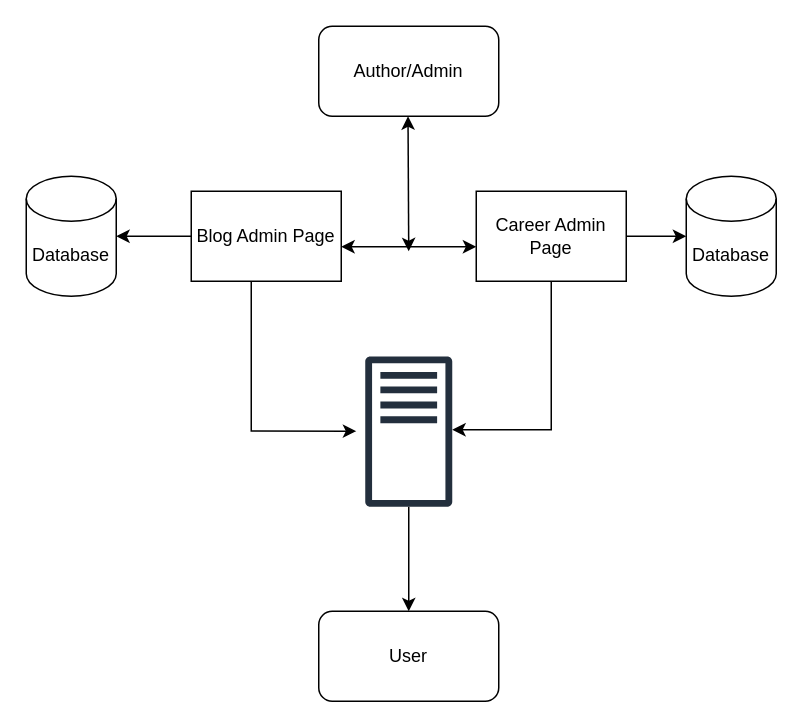
The draw.io diagram Untitled Diagram.drawio in ashutoshsaksham/testgit, before the edit. Source tidied: cells renumbered, new cells numbered last; positions are measured from the earlier drawing's top-left corner, leaving out a move shared by most shapes. Both pictures are drawn from the tidied source at 150%, with x=0, y=0 at pixel (26, 26).
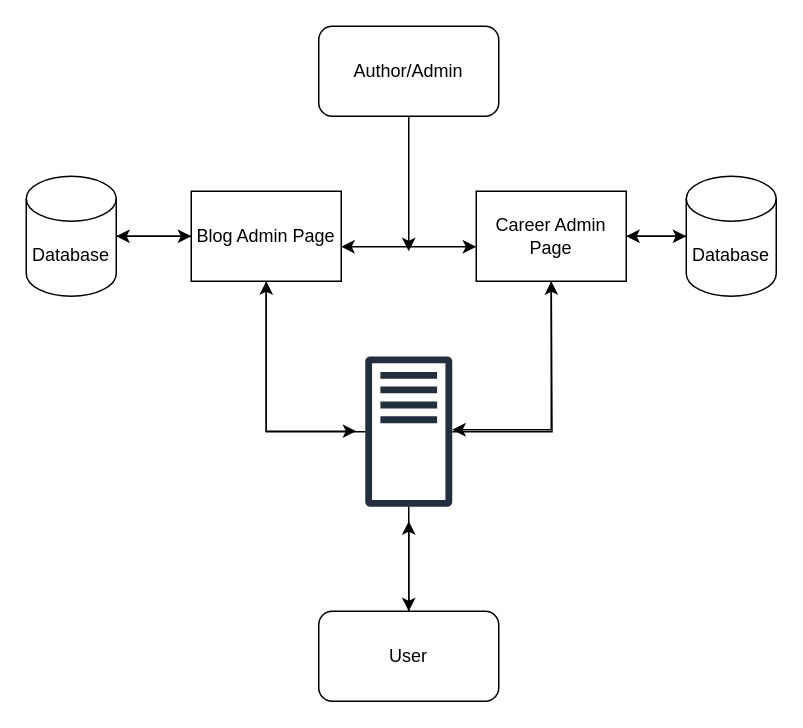
The same page after the edit.

The change refers to these unchanged cells:
```xml
<mxCell id="2" value="Author/Admin" style="rounded=1;whiteSpace=wrap;html=1;" parent="1" vertex="1">
  <mxGeometry x="195" width="120" height="60" as="geometry" />
</mxCell>
<mxCell id="3" value="Database" style="shape=cylinder3;whiteSpace=wrap;html=1;boundedLbl=1;backgroundOutline=1;size=15;" parent="1" vertex="1">
  <mxGeometry y="100" width="60" height="80" as="geometry" />
</mxCell>
<mxCell id="4" value="Database" style="shape=cylinder3;whiteSpace=wrap;html=1;boundedLbl=1;backgroundOutline=1;size=15;" parent="1" vertex="1">
  <mxGeometry x="440" y="100" width="60" height="80" as="geometry" />
</mxCell>
<mxCell id="7" value="Blog Admin Page" style="whiteSpace=wrap;html=1;align=center;verticalAlign=middle;" parent="1" vertex="1">
  <mxGeometry x="110" y="110" width="100" height="60" as="geometry" />
</mxCell>
<mxCell id="10" value="Career Admin Page" style="whiteSpace=wrap;html=1;align=center;verticalAlign=middle;" parent="1" vertex="1">
  <mxGeometry x="300" y="110" width="100" height="60" as="geometry" />
</mxCell>
<mxCell id="14" style="sketch=0;outlineConnect=0;fontColor=#232F3E;gradientColor=none;fillColor=#232F3D;strokeColor=none;dashed=0;verticalLabelPosition=bottom;verticalAlign=top;align=center;html=1;fontSize=12;fontStyle=0;shape=mxgraph.aws4.traditional_server;" parent="1" vertex="1">
  <mxGeometry x="226" y="220" width="58" height="100.5" as="geometry" />
</mxCell>
<mxCell id="15" value="User" style="rounded=1;whiteSpace=wrap;html=1;" parent="1" vertex="1">
  <mxGeometry x="195" y="390" width="120" height="60" as="geometry" />
</mxCell>
```

Change to the diagram source:
```diff
@@
+    <mxCell id="16" style="edgeStyle=orthogonalEdgeStyle;rounded=0;jettySize=auto;html=1;" parent="1" edge="1" source="2">
+      <mxGeometry relative="1" as="geometry">
+        <mxPoint x="255" y="150" as="targetPoint" />
+      </mxGeometry>
+    </mxCell>
@@
+    <mxCell id="17" style="edgeStyle=orthogonalEdgeStyle;rounded=0;jettySize=auto;html=1;entryX=0;entryY=0.5;entryDx=0;entryDy=0;" parent="1" edge="1" source="3" target="7">
+      <mxGeometry relative="1" as="geometry" />
+    </mxCell>
@@
+    <mxCell id="18" style="edgeStyle=orthogonalEdgeStyle;rounded=0;jettySize=auto;html=1;" parent="1" edge="1" source="4" target="10">
+      <mxGeometry relative="1" as="geometry" />
+    </mxCell>
@@
     <mxCell id="6" style="edgeStyle=orthogonalEdgeStyle;rounded=0;jettySize=auto;html=1;entryX=-0.103;entryY=0.497;entryDx=0;entryDy=0;entryPerimeter=0;" parent="1" edge="1" source="7" target="14">
       <mxGeometry relative="1" as="geometry">
         <Array as="points">
-          <mxPoint x="150" y="270" />
+          <mxPoint x="160" y="270" />
         </Array>
       </mxGeometry>
     </mxCell>
@@
-    <mxCell id="11" style="endArrow=classic;startArrow=classic;html=1;rounded=0;" parent="1" edge="1">
-      <mxGeometry relative="1" as="geometry">
-        <mxPoint x="255" y="150" as="sourcePoint" />
-        <mxPoint x="254.5" y="60" as="targetPoint" />
-      </mxGeometry>
-    </mxCell>
@@
+    <mxCell id="19" style="edgeStyle=orthogonalEdgeStyle;rounded=0;jettySize=auto;html=1;" parent="1" edge="1" source="14">
+      <mxGeometry relative="1" as="geometry">
+        <mxPoint x="350" y="170" as="targetPoint" />
+      </mxGeometry>
+    </mxCell>
+    <mxCell id="20" style="edgeStyle=orthogonalEdgeStyle;rounded=0;jettySize=auto;html=1;entryX=0.5;entryY=1;entryDx=0;entryDy=0;" parent="1" edge="1" source="14" target="7">
+      <mxGeometry relative="1" as="geometry">
+        <Array as="points">
+          <mxPoint x="160" y="270" />
+        </Array>
+      </mxGeometry>
+    </mxCell>
@@
+    <mxCell id="21" style="edgeStyle=orthogonalEdgeStyle;rounded=0;jettySize=auto;html=1;entryX=0.5;entryY=1.097;entryDx=0;entryDy=0;entryPerimeter=0;" parent="1" edge="1" source="15" target="14">
+      <mxGeometry relative="1" as="geometry" />
+    </mxCell>
```
